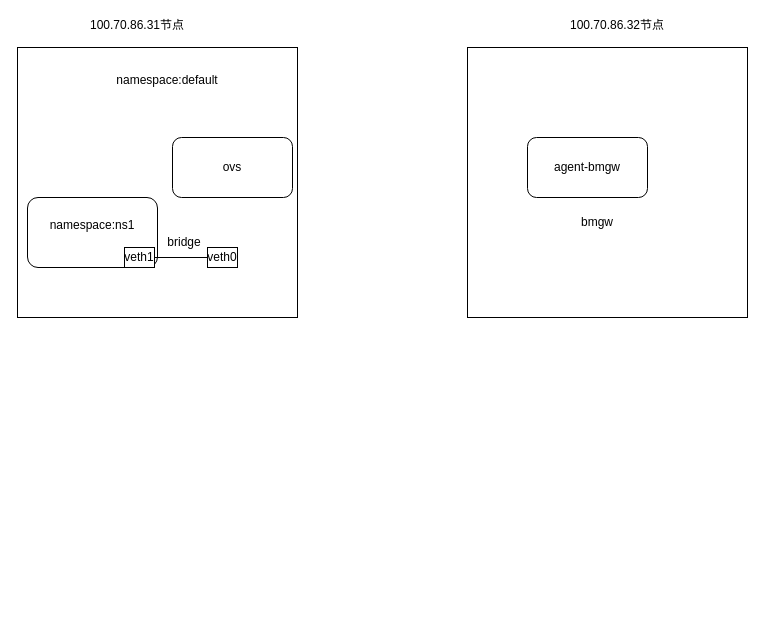
cola1998/CSDN- keeps this draw.io diagram as 未命名绘图.drawio. Above is the earlier version. Source tidied: cells renumbered, new cells numbered last; positions are measured from the earlier drawing's top-left corner, leaving out a move shared by most shapes. Both pictures are drawn from the tidied source at 100%, with x=0, y=0 at pixel (17, 17).
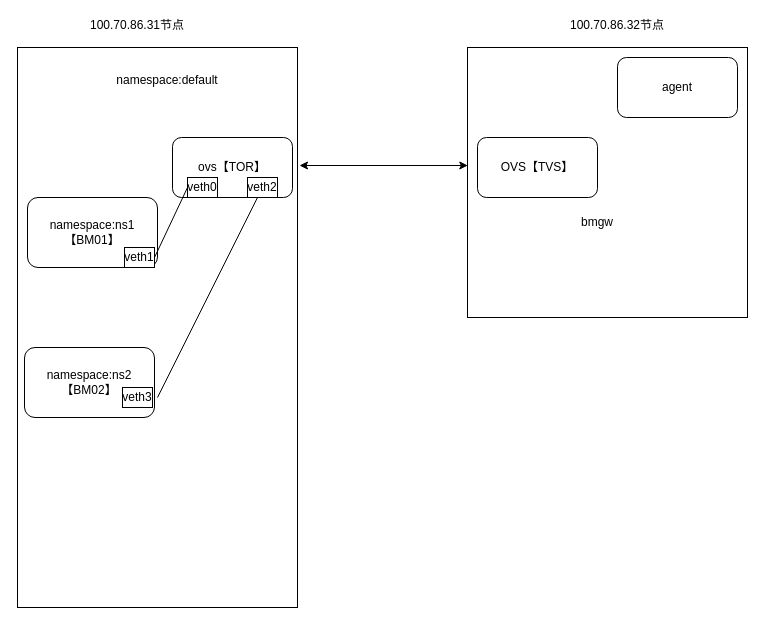
The same diagram, later.

Commit message (it also covers changes not shown here):
更新未命名绘图.drawio

Unchanged cells that the change refers to:
```xml
<mxCell id="11" value="&lt;div&gt;&lt;br&gt;&lt;/div&gt;" style="rounded=0;whiteSpace=wrap;html=1;" parent="1" vertex="1">
  <mxGeometry x="450" y="30" width="280" height="270" as="geometry" />
</mxCell>
```

The edit, as a diff of the source:
```diff
@@
     <mxCell id="2" value="&lt;div&gt;&lt;br&gt;&lt;/div&gt;" style="rounded=0;whiteSpace=wrap;html=1;" parent="1" vertex="1">
-      <mxGeometry y="30" width="280" height="270" as="geometry" />
+      <mxGeometry y="30" width="280" height="560" as="geometry" />
     </mxCell>
@@
-    <mxCell id="4" value="namespace:ns1&lt;div&gt;&lt;br&gt;&lt;/div&gt;" style="rounded=1;whiteSpace=wrap;html=1;" parent="1" vertex="1">
+    <mxCell id="4" value="namespace:ns1&lt;div&gt;【BM01】&lt;/div&gt;" style="rounded=1;whiteSpace=wrap;html=1;" parent="1" vertex="1">
       <mxGeometry x="10" y="180" width="130" height="70" as="geometry" />
     </mxCell>
-    <mxCell id="5" value="ovs" style="rounded=1;whiteSpace=wrap;html=1;" parent="1" vertex="1">
+    <mxCell id="5" value="ovs【TOR】" style="rounded=1;whiteSpace=wrap;html=1;" parent="1" vertex="1">
       <mxGeometry x="155" y="120" width="120" height="60" as="geometry" />
     </mxCell>
@@
     <mxCell id="7" value="veth0" style="rounded=0;whiteSpace=wrap;html=1;" parent="1" vertex="1">
-      <mxGeometry x="190" y="230" width="30" height="20" as="geometry" />
+      <mxGeometry x="170" y="160" width="30" height="20" as="geometry" />
     </mxCell>
@@
-    <mxCell id="10" value="bridge" style="text;html=1;align=center;verticalAlign=middle;whiteSpace=wrap;rounded=0;" parent="1" vertex="1">
-      <mxGeometry x="137" y="210" width="60" height="30" as="geometry" />
-    </mxCell>
@@
-    <mxCell id="14" value="agent-bmgw" style="rounded=1;whiteSpace=wrap;html=1;" parent="1" vertex="1">
-      <mxGeometry x="510" y="120" width="120" height="60" as="geometry" />
+    <mxCell id="14" value="&lt;div&gt;agent&lt;/div&gt;" style="rounded=1;whiteSpace=wrap;html=1;" parent="1" vertex="1">
+      <mxGeometry x="600" y="40" width="120" height="60" as="geometry" />
     </mxCell>
+    <mxCell id="15" style="endArrow=classic;startArrow=classic;html=1;rounded=0;entryX=0.001;entryY=0.437;entryDx=0;entryDy=0;entryPerimeter=0;" parent="1" edge="1" target="11">
+      <mxGeometry relative="1" as="geometry">
+        <mxPoint x="282" y="148" as="sourcePoint" />
+      </mxGeometry>
+    </mxCell>
+    <mxCell id="16" value="namespace:ns2&lt;div&gt;【BM02】&lt;/div&gt;" style="rounded=1;whiteSpace=wrap;html=1;" parent="1" vertex="1">
+      <mxGeometry x="7" y="330" width="130" height="70" as="geometry" />
+    </mxCell>
+    <mxCell id="17" value="veth3" style="rounded=0;whiteSpace=wrap;html=1;" parent="1" vertex="1">
+      <mxGeometry x="105" y="370" width="30" height="20" as="geometry" />
+    </mxCell>
+    <mxCell id="18" value="veth2" style="rounded=0;whiteSpace=wrap;html=1;" parent="1" vertex="1">
+      <mxGeometry x="230" y="160" width="30" height="20" as="geometry" />
+    </mxCell>
+    <mxCell id="19" style="endArrow=none;html=1;rounded=0;" parent="1" edge="1" target="18">
+      <mxGeometry relative="1" as="geometry">
+        <mxPoint x="140" y="380" as="sourcePoint" />
+      </mxGeometry>
+    </mxCell>
+    <mxCell id="20" value="OVS【TVS】" style="rounded=1;whiteSpace=wrap;html=1;" parent="1" vertex="1">
+      <mxGeometry x="460" y="120" width="120" height="60" as="geometry" />
+    </mxCell>
```
